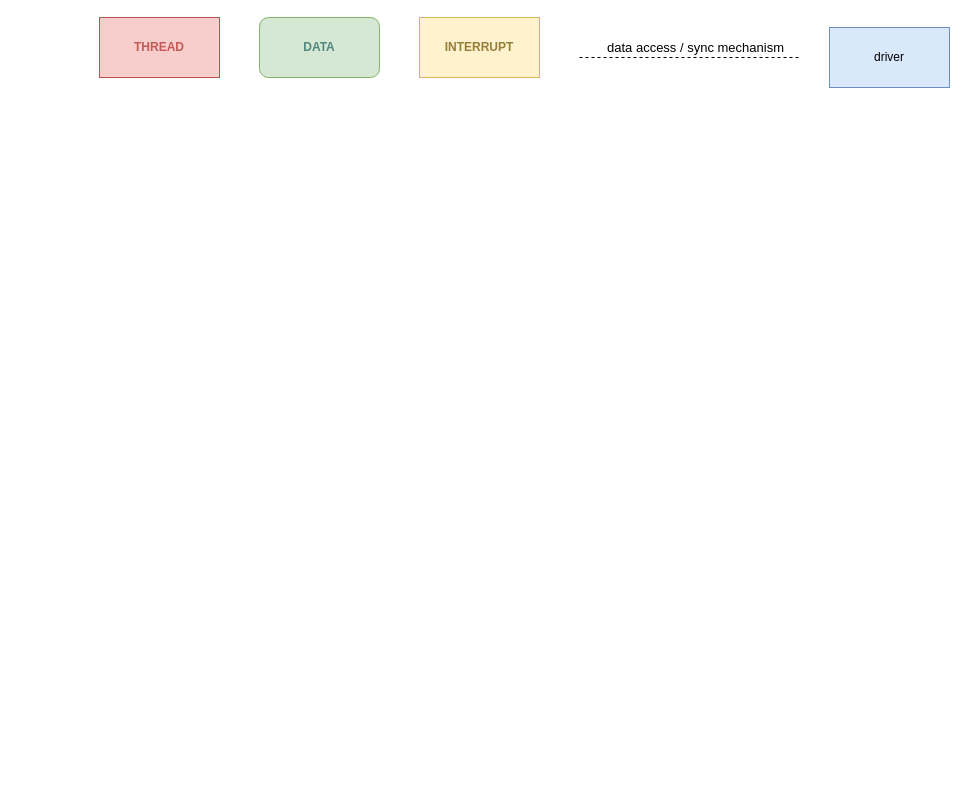
The draw.io diagram diagrams/threads.drawio in GenniImparato/Digital_Audio_Effect, before the edit. Source tidied: cells renumbered, new cells numbered last; positions are measured from the earlier drawing's top-left corner, leaving out a move shared by most shapes. Both pictures are drawn from the tidied source at 100%, with x=0, y=0 at pixel (99, 17).
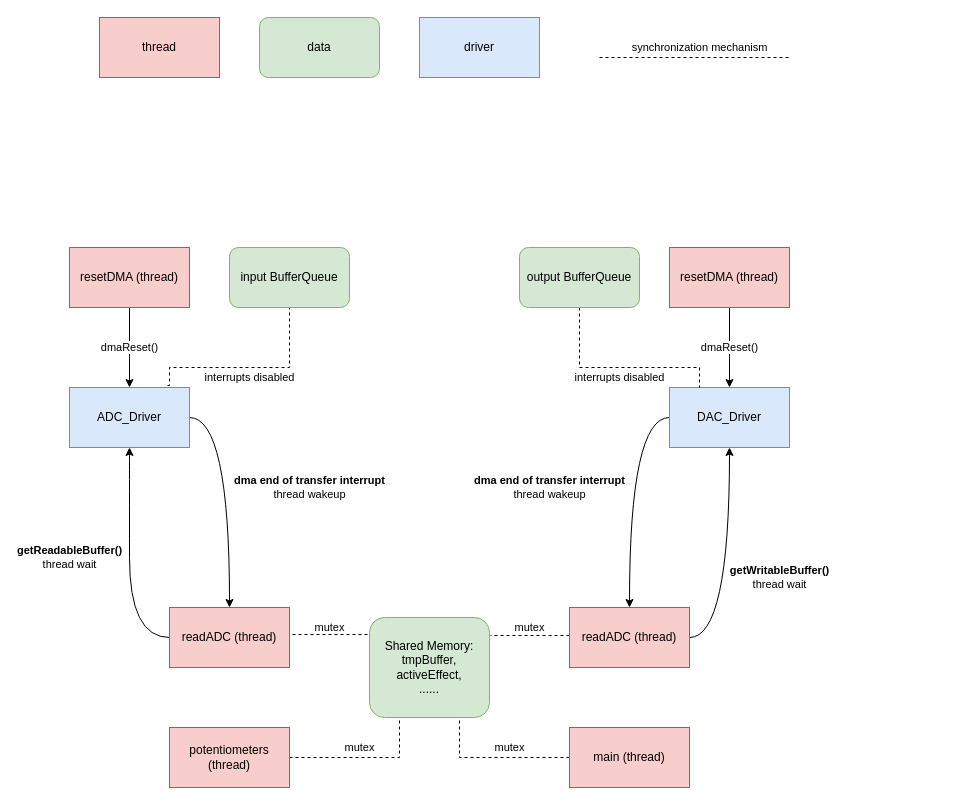
The same diagram, later.

Change to the diagram source:
```diff
@@
+    <mxCell id="7" value="&lt;b&gt;getReadableBuffer()&lt;br&gt;&lt;/b&gt;thread wait" style="edgeStyle=orthogonalEdgeStyle;rounded=0;jettySize=auto;html=1;entryX=0.5;entryY=1;entryDx=0;entryDy=0;curved=1;exitX=0;exitY=0.5;exitDx=0;exitDy=0;" parent="1" edge="1" source="9" target="12">
+      <mxGeometry x="0.04" y="60" relative="1" as="geometry">
+        <Array as="points">
+          <mxPoint x="30" y="620" />
+          <mxPoint x="30" y="460" />
+        </Array>
+      </mxGeometry>
+    </mxCell>
+    <mxCell id="8" value="mutex" style="edgeStyle=orthogonalEdgeStyle;rounded=0;jettySize=auto;html=1;exitX=1;exitY=0.5;exitDx=0;exitDy=0;entryX=0.008;entryY=0.17;entryDx=0;entryDy=0;startArrow=none;startFill=0;endArrow=none;endFill=0;dashed=1;entryPerimeter=0;" parent="1" edge="1" source="9" target="20">
+      <mxGeometry x="0.03" y="7" relative="1" as="geometry">
+        <Array as="points">
+          <mxPoint x="190" y="617" />
+        </Array>
+      </mxGeometry>
+    </mxCell>
+    <mxCell id="9" value="readADC (thread)" style="rounded=0;whiteSpace=wrap;html=1;fillColor=#f8cecc;strokeColor=#b85450;" parent="1" vertex="1">
+      <mxGeometry x="70" y="590" width="120" height="60" as="geometry" />
+    </mxCell>
+    <mxCell id="10" value="&lt;b&gt;dma end of transfer interrupt&lt;br&gt;&lt;/b&gt;thread wakeup" style="edgeStyle=orthogonalEdgeStyle;curved=1;rounded=0;jettySize=auto;html=1;entryX=0.5;entryY=0;entryDx=0;entryDy=0;" parent="1" edge="1" source="12" target="9">
+      <mxGeometry x="-0.04" y="80" relative="1" as="geometry">
+        <Array as="points">
+          <mxPoint x="130" y="400" />
+        </Array>
+      </mxGeometry>
+    </mxCell>
+    <mxCell id="11" value="interrupts disabled" style="edgeStyle=orthogonalEdgeStyle;rounded=0;jettySize=auto;html=1;exitX=0.817;exitY=-0.033;exitDx=0;exitDy=0;dashed=1;startArrow=none;startFill=0;endArrow=none;endFill=0;exitPerimeter=0;" parent="1" edge="1" source="12" target="27">
+      <mxGeometry y="-10" relative="1" as="geometry">
+        <Array as="points">
+          <mxPoint x="70" y="368" />
+          <mxPoint x="70" y="350" />
+          <mxPoint x="190" y="350" />
+        </Array>
+      </mxGeometry>
+    </mxCell>
+    <mxCell id="12" value="ADC_Driver" style="rounded=0;whiteSpace=wrap;html=1;fillColor=#dae8fc;strokeColor=#6c8ebf;" parent="1" vertex="1">
+      <mxGeometry x="-30" y="370" width="120" height="60" as="geometry" />
+    </mxCell>
+    <mxCell id="13" value="&lt;b&gt;getWritableBuffer()&lt;br&gt;&lt;/b&gt;thread wait" style="edgeStyle=orthogonalEdgeStyle;rounded=0;jettySize=auto;html=1;entryX=0.5;entryY=1;entryDx=0;entryDy=0;curved=1;exitX=1;exitY=0.5;exitDx=0;exitDy=0;" parent="1" edge="1" source="15" target="17">
+      <mxGeometry x="-0.13" y="-50" relative="1" as="geometry">
+        <Array as="points">
+          <mxPoint x="630" y="620" />
+        </Array>
+      </mxGeometry>
+    </mxCell>
+    <mxCell id="14" value="mutex" style="edgeStyle=orthogonalEdgeStyle;rounded=0;jettySize=auto;html=1;entryX=1.008;entryY=0.18;entryDx=0;entryDy=0;entryPerimeter=0;dashed=1;startArrow=none;startFill=0;endArrow=none;endFill=0;" parent="1" edge="1" source="15" target="20">
+      <mxGeometry x="0.01" y="-8" relative="1" as="geometry">
+        <Array as="points">
+          <mxPoint x="450" y="618" />
+          <mxPoint x="450" y="618" />
+        </Array>
+      </mxGeometry>
+    </mxCell>
+    <mxCell id="15" value="readADC (thread)" style="rounded=0;whiteSpace=wrap;html=1;fillColor=#f8cecc;strokeColor=#b85450;" parent="1" vertex="1">
+      <mxGeometry x="470" y="590" width="120" height="60" as="geometry" />
+    </mxCell>
+    <mxCell id="16" value="&lt;b&gt;dma end of transfer interrupt&lt;br&gt;&lt;/b&gt;thread wakeup" style="edgeStyle=orthogonalEdgeStyle;curved=1;rounded=0;jettySize=auto;html=1;entryX=0.5;entryY=0;entryDx=0;entryDy=0;startArrow=none;startFill=0;" parent="1" edge="1" source="17" target="15">
+      <mxGeometry x="-0.04" y="-80" relative="1" as="geometry">
+        <Array as="points">
+          <mxPoint x="530" y="400" />
+        </Array>
+      </mxGeometry>
+    </mxCell>
+    <mxCell id="17" value="DAC_Driver" style="rounded=0;whiteSpace=wrap;html=1;fillColor=#dae8fc;strokeColor=#6c8ebf;" parent="1" vertex="1">
+      <mxGeometry x="570" y="370" width="120" height="60" as="geometry" />
+    </mxCell>
+    <mxCell id="18" value="mutex" style="edgeStyle=orthogonalEdgeStyle;rounded=0;jettySize=auto;html=1;entryX=0.5;entryY=1;entryDx=0;entryDy=0;dashed=1;startArrow=none;startFill=0;endArrow=none;endFill=0;" parent="1" edge="1" source="19" target="20">
+      <mxGeometry x="-0.22" y="10" relative="1" as="geometry">
+        <Array as="points">
+          <mxPoint x="300" y="740" />
+          <mxPoint x="300" y="700" />
+        </Array>
+      </mxGeometry>
+    </mxCell>
+    <mxCell id="19" value="potentiometers (thread)" style="rounded=0;whiteSpace=wrap;html=1;fillColor=#f8cecc;strokeColor=#b85450;" parent="1" vertex="1">
+      <mxGeometry x="70" y="710" width="120" height="60" as="geometry" />
+    </mxCell>
+    <mxCell id="20" value="Shared Memory:&lt;br&gt;tmpBuffer,&lt;br&gt;activeEffect,&lt;br&gt;......" style="rounded=1;whiteSpace=wrap;html=1;fillColor=#d5e8d4;strokeColor=#82b366;" parent="1" vertex="1">
+      <mxGeometry x="270" y="600" width="120" height="100" as="geometry" />
+    </mxCell>
+    <mxCell id="21" value="dmaReset()" style="edgeStyle=orthogonalEdgeStyle;rounded=0;jettySize=auto;html=1;startArrow=none;startFill=0;endArrow=classic;endFill=1;" parent="1" edge="1" source="22" target="12">
+      <mxGeometry relative="1" as="geometry" />
+    </mxCell>
+    <mxCell id="22" value="resetDMA (thread)" style="rounded=0;whiteSpace=wrap;html=1;fillColor=#f8cecc;strokeColor=#b85450;" parent="1" vertex="1">
+      <mxGeometry x="-30" y="230" width="120" height="60" as="geometry" />
+    </mxCell>
+    <mxCell id="23" value="dmaReset()" style="edgeStyle=orthogonalEdgeStyle;rounded=0;jettySize=auto;html=1;startArrow=none;startFill=0;endArrow=classic;endFill=1;" parent="1" edge="1" source="24" target="17">
+      <mxGeometry relative="1" as="geometry" />
+    </mxCell>
+    <mxCell id="24" value="resetDMA (thread)" style="rounded=0;whiteSpace=wrap;html=1;fillColor=#f8cecc;strokeColor=#b85450;" parent="1" vertex="1">
+      <mxGeometry x="570" y="230" width="120" height="60" as="geometry" />
+    </mxCell>
+    <mxCell id="25" value="mutex" style="edgeStyle=orthogonalEdgeStyle;rounded=0;jettySize=auto;html=1;entryX=0.75;entryY=1;entryDx=0;entryDy=0;startArrow=none;startFill=0;endArrow=none;endFill=0;dashed=1;" parent="1" edge="1" source="26" target="20">
+      <mxGeometry x="-0.2" y="-10" relative="1" as="geometry" />
+    </mxCell>
+    <mxCell id="26" value="main (thread)" style="rounded=0;whiteSpace=wrap;html=1;fillColor=#f8cecc;strokeColor=#b85450;" parent="1" vertex="1">
+      <mxGeometry x="470" y="710" width="120" height="60" as="geometry" />
+    </mxCell>
+    <mxCell id="27" value="input BufferQueue" style="rounded=1;whiteSpace=wrap;html=1;fillColor=#d5e8d4;strokeColor=#82b366;" parent="1" vertex="1">
+      <mxGeometry x="130" y="230" width="120" height="60" as="geometry" />
+    </mxCell>
+    <mxCell id="28" value="interrupts disabled" style="edgeStyle=orthogonalEdgeStyle;rounded=0;jettySize=auto;html=1;entryX=0.25;entryY=0;entryDx=0;entryDy=0;dashed=1;startArrow=none;startFill=0;endArrow=none;endFill=0;" parent="1" edge="1" source="29" target="17">
+      <mxGeometry x="-0.4" y="41" relative="1" as="geometry">
+        <Array as="points">
+          <mxPoint x="480" y="350" />
+          <mxPoint x="600" y="350" />
+        </Array>
+        <mxPoint x="40" y="51" as="offset" />
+      </mxGeometry>
+    </mxCell>
+    <mxCell id="29" value="output BufferQueue" style="rounded=1;whiteSpace=wrap;html=1;fillColor=#d5e8d4;strokeColor=#82b366;" parent="1" vertex="1">
+      <mxGeometry x="420" y="230" width="120" height="60" as="geometry" />
+    </mxCell>
-    <mxCell id="2" value="&lt;b&gt;&lt;font color=&quot;#c45a56&quot;&gt;THREAD&lt;br&gt;&lt;/font&gt;&lt;/b&gt;" style="rounded=0;whiteSpace=wrap;html=1;fillColor=#f8cecc;strokeColor=#b85450;" parent="1" vertex="1">
+    <mxCell id="2" value="thread" style="rounded=0;whiteSpace=wrap;html=1;fillColor=#f8cecc;strokeColor=#b85450;" parent="1" vertex="1">
       <mxGeometry width="120" height="60" as="geometry" />
     </mxCell>
-    <mxCell id="3" value="&lt;b&gt;&lt;font color=&quot;#51877e&quot;&gt;DATA&lt;/font&gt;&lt;/b&gt;" style="rounded=1;whiteSpace=wrap;html=1;fillColor=#d5e8d4;strokeColor=#82b366;" parent="1" vertex="1">
+    <mxCell id="3" value="data" style="rounded=1;whiteSpace=wrap;html=1;fillColor=#d5e8d4;strokeColor=#82b366;" parent="1" vertex="1">
       <mxGeometry x="160" width="120" height="60" as="geometry" />
     </mxCell>
     <mxCell id="4" value="driver" style="rounded=0;whiteSpace=wrap;html=1;fillColor=#dae8fc;strokeColor=#6c8ebf;" parent="1" vertex="1">
-      <mxGeometry x="730" y="10" width="120" height="60" as="geometry" />
+      <mxGeometry x="320" width="120" height="60" as="geometry" />
     </mxCell>
-    <mxCell id="5" value="&lt;font style=&quot;font-size: 13px&quot;&gt;data access / sync mechanism&lt;/font&gt;" style="endArrow=none;dashed=1;html=1;" parent="1" edge="1">
+    <mxCell id="5" value="synchronization mechanism" style="endArrow=none;dashed=1;html=1;" parent="1" edge="1">
       <mxGeometry x="0.05" y="10" relative="1" as="geometry">
-        <mxPoint x="480" y="40" as="sourcePoint" />
-        <mxPoint x="700" y="40" as="targetPoint" />
+        <mxPoint x="500" y="40" as="sourcePoint" />
+        <mxPoint x="690" y="40" as="targetPoint" />
       </mxGeometry>
     </mxCell>
-    <mxCell id="6" value="&lt;b&gt;&lt;font color=&quot;#947e3b&quot;&gt;INTERRUPT&lt;/font&gt;&lt;br&gt;&lt;/b&gt;" style="rounded=0;whiteSpace=wrap;html=1;fillColor=#fff2cc;strokeColor=#d6b656;" parent="1" vertex="1">
-      <mxGeometry x="320" width="120" height="60" as="geometry" />
-    </mxCell>
```
